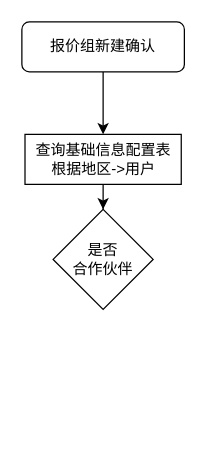
The draw.io diagram BD-23合作伙伴逻辑.drawio in TionKior/draw.io, before the edit. Source tidied: cells renumbered, new cells numbered last; positions are measured from the earlier drawing's top-left corner, leaving out a move shared by most shapes. Both pictures are drawn from the tidied source at 125%, with x=0, y=0 at pixel (21, 21).
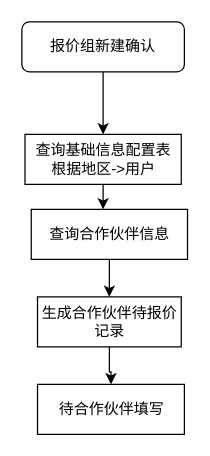
After the change.

Commit message (it also covers changes not shown here):
更新BD-23合作伙伴逻辑.drawio

The edit, as a diff of the source:
```diff
@@
 <mxGraphModel>
   <root>
     <mxCell id="0" />
     <mxCell id="1" parent="0" />
     <mxCell id="2" style="edgeStyle=orthogonalEdgeStyle;rounded=0;jettySize=auto;html=1;" parent="1" edge="1" source="3" target="5">
       <mxGeometry relative="1" as="geometry" />
     </mxCell>
     <mxCell id="3" value="报价组新建确认" style="rounded=1;whiteSpace=wrap;html=1;fontSize=12;glass=0;strokeWidth=1;shadow=0;" parent="1" vertex="1">
       <mxGeometry width="130" height="40" as="geometry" />
     </mxCell>
-    <mxCell id="4" style="edgeStyle=orthogonalEdgeStyle;rounded=0;jettySize=auto;html=1;" parent="1" edge="1" source="5" target="6">
-      <mxGeometry relative="1" as="geometry" />
+    <mxCell id="4" style="edgeStyle=orthogonalEdgeStyle;rounded=0;jettySize=auto;html=1;" parent="1" edge="1" source="5">
+      <mxGeometry relative="1" as="geometry">
+        <mxPoint x="65" y="150" as="targetPoint" />
+      </mxGeometry>
     </mxCell>
     <mxCell id="5" value="查询基础信息配置表&lt;br&gt;根据地区-&amp;gt;用户" style="rounded=0;whiteSpace=wrap;html=1;" parent="1" vertex="1">
       <mxGeometry x="2.5" y="90" width="125" height="40" as="geometry" />
     </mxCell>
-    <mxCell id="6" value="是否&lt;br&gt;合作伙伴" style="rhombus;whiteSpace=wrap;html=1;rounded=0;" parent="1" vertex="1">
-      <mxGeometry x="25" y="150" width="80" height="80" as="geometry" />
-    </mxCell>
+    <mxCell id="7" style="edgeStyle=orthogonalEdgeStyle;rounded=0;jettySize=auto;html=1;" parent="1" edge="1" source="8" target="9">
+      <mxGeometry relative="1" as="geometry" />
+    </mxCell>
+    <mxCell id="8" value="生成合作伙伴待报价记录" style="whiteSpace=wrap;html=1;rounded=0;" parent="1" vertex="1">
+      <mxGeometry x="12.5" y="220" width="115" height="40" as="geometry" />
+    </mxCell>
+    <mxCell id="9" value="待合作伙伴填写" style="whiteSpace=wrap;html=1;rounded=0;" parent="1" vertex="1">
+      <mxGeometry x="12.5" y="290" width="117.5" height="40" as="geometry" />
+    </mxCell>
+    <mxCell id="10" style="edgeStyle=orthogonalEdgeStyle;rounded=0;jettySize=auto;html=1;" parent="1" edge="1" source="11" target="8">
+      <mxGeometry relative="1" as="geometry" />
+    </mxCell>
+    <mxCell id="11" value="查询合作伙伴信息" style="rounded=0;whiteSpace=wrap;html=1;" parent="1" vertex="1">
+      <mxGeometry x="7.5" y="150" width="125" height="40" as="geometry" />
+    </mxCell>
   </root>
 </mxGraphModel>
```
